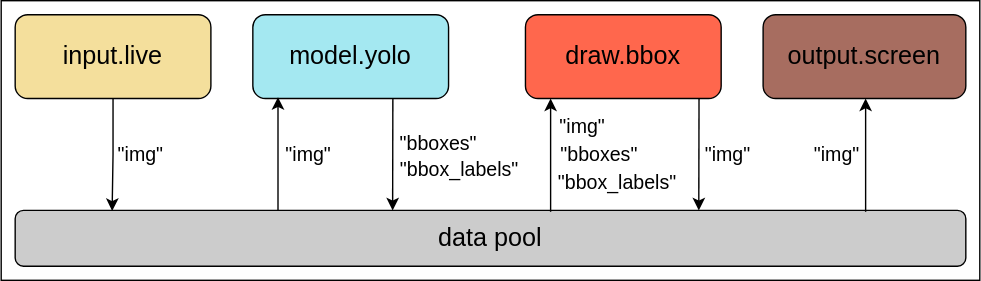
Above: diagrams/yolo_demo.drawio.svg in aisingapore/PeekingDuck (draw.io), before the change. Source tidied: cells renumbered, new cells last; positions are measured from the earlier drawing's top-left corner, leaving out a move shared by most shapes.
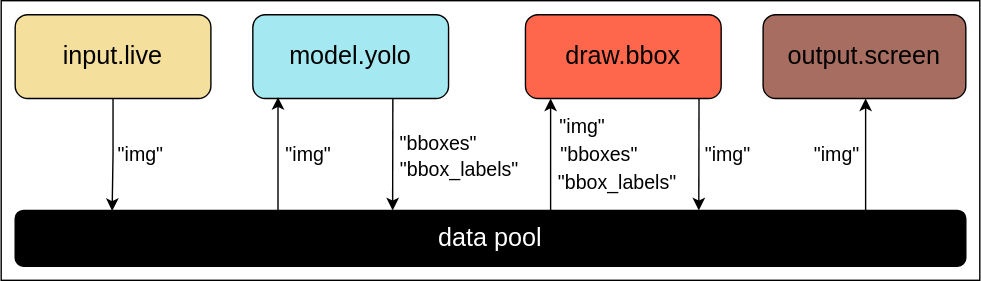
After the change.

The edit, as a diff of the source:
```diff
@@ -17,7 +17,7 @@
     <mxCell id="6" value="&lt;font style=&quot;font-size: 18px&quot;&gt;draw.bbox&lt;/font&gt;" style="rounded=1;whiteSpace=wrap;html=1;fillColor=#FF674D;" parent="1" vertex="1">
       <mxGeometry x="375" y="10" width="140" height="60" as="geometry" />
     </mxCell>
-    <mxCell id="7" value="&lt;font style=&quot;font-size: 18px&quot;&gt;data pool&lt;/font&gt;" style="rounded=1;whiteSpace=wrap;html=1;fillColor=#CCCCCC;" parent="1" vertex="1">
+    <mxCell id="7" value="&lt;font style=&quot;font-size: 18px&quot; color=&quot;#ffffff&quot;&gt;data pool&lt;/font&gt;" style="rounded=1;whiteSpace=wrap;html=1;fillColor=#000000;" parent="1" vertex="1">
       <mxGeometry x="10" y="150" width="680" height="40" as="geometry" />
     </mxCell>
     <mxCell id="8" style="endArrow=classic;html=1;entryX=0.25;entryY=1;entryDx=0;entryDy=0;" parent="1" edge="1">
```
